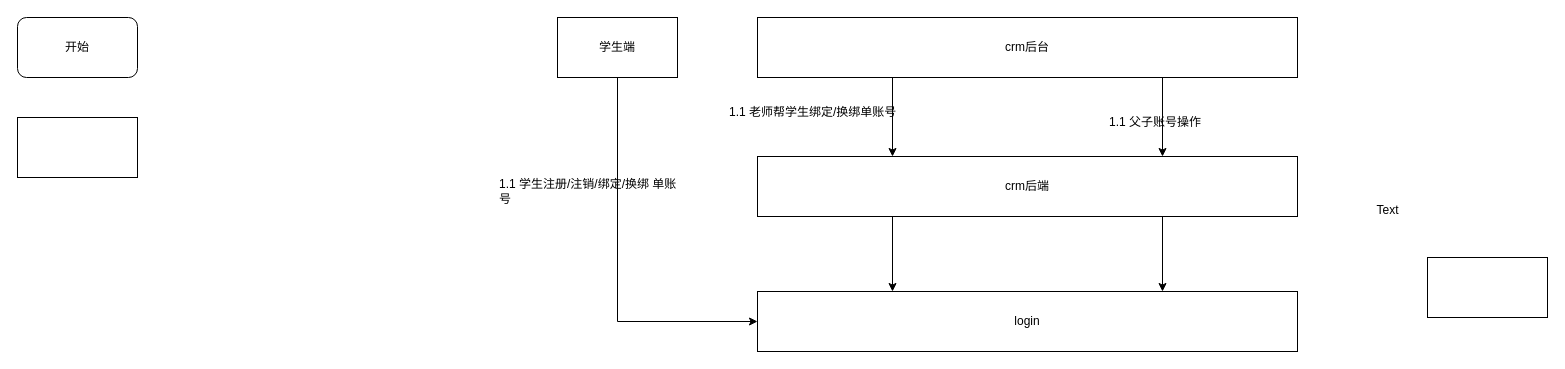
This is 父子账号.drawio from xiell2016/hetaoDesign, a draw.io file, before an edit. Source tidied: cells renumbered, new cells numbered last; positions are measured from the earlier drawing's top-left corner, leaving out a move shared by most shapes. Both pictures are drawn from the tidied source at 100%, with x=0, y=0 at pixel (17, 17).
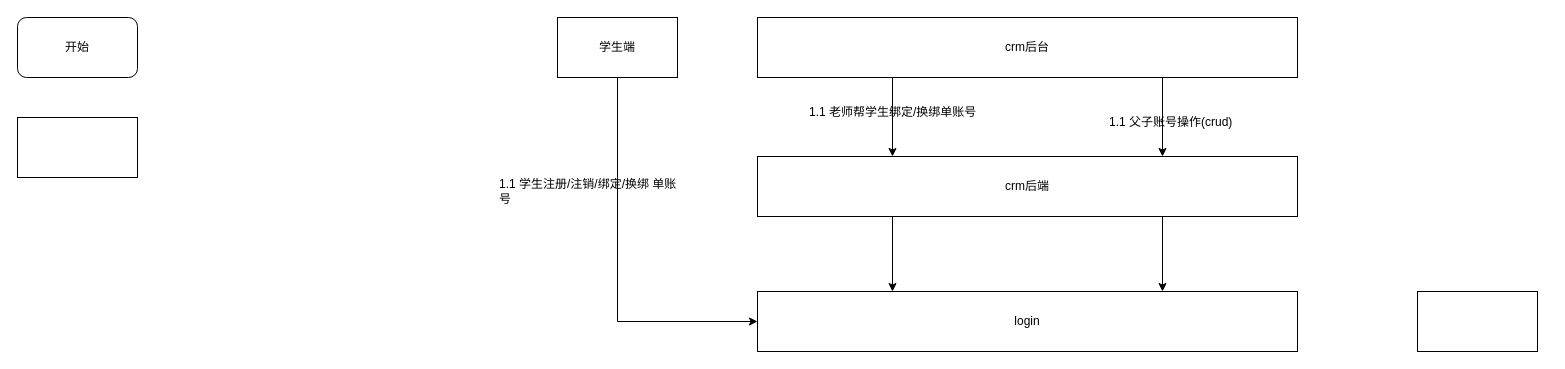
Above is the later version.

Commit message (it also covers changes not shown here):
更新父子账号.drawio

Diff of the diagram source:
```diff
@@
 <mxGraphModel>
   <root>
     <mxCell id="0" />
     <mxCell id="1" parent="0" />
     <mxCell id="2" value="开始" style="rounded=1;whiteSpace=wrap;html=1;" parent="1" vertex="1">
       <mxGeometry width="120" height="60" as="geometry" />
     </mxCell>
     <mxCell id="3" style="rounded=0;whiteSpace=wrap;html=1;" parent="1" vertex="1">
       <mxGeometry y="100" width="120" height="60" as="geometry" />
     </mxCell>
     <mxCell id="4" style="edgeStyle=orthogonalEdgeStyle;rounded=0;jettySize=auto;html=1;exitX=0.25;exitY=1;exitDx=0;exitDy=0;entryX=0.25;entryY=0;entryDx=0;entryDy=0;" parent="1" edge="1" source="6" target="9">
       <mxGeometry relative="1" as="geometry" />
     </mxCell>
     <mxCell id="5" style="edgeStyle=orthogonalEdgeStyle;rounded=0;jettySize=auto;html=1;exitX=0.75;exitY=1;exitDx=0;exitDy=0;entryX=0.75;entryY=0;entryDx=0;entryDy=0;" parent="1" edge="1" source="6" target="9">
       <mxGeometry relative="1" as="geometry" />
     </mxCell>
     <mxCell id="6" value="crm后台" style="rounded=0;whiteSpace=wrap;html=1;" parent="1" vertex="1">
       <mxGeometry x="740" width="540" height="60" as="geometry" />
     </mxCell>
     <mxCell id="7" style="edgeStyle=orthogonalEdgeStyle;rounded=0;jettySize=auto;html=1;exitX=0.25;exitY=1;exitDx=0;exitDy=0;entryX=0.25;entryY=0;entryDx=0;entryDy=0;" parent="1" edge="1" source="9" target="10">
       <mxGeometry relative="1" as="geometry" />
     </mxCell>
     <mxCell id="8" style="edgeStyle=orthogonalEdgeStyle;rounded=0;jettySize=auto;html=1;exitX=0.75;exitY=1;exitDx=0;exitDy=0;entryX=0.75;entryY=0;entryDx=0;entryDy=0;" parent="1" edge="1" source="9" target="10">
       <mxGeometry relative="1" as="geometry" />
     </mxCell>
     <mxCell id="9" value="crm后端" style="rounded=0;whiteSpace=wrap;html=1;" parent="1" vertex="1">
       <mxGeometry x="740" y="139" width="540" height="60" as="geometry" />
     </mxCell>
     <mxCell id="10" value="login" style="rounded=0;whiteSpace=wrap;html=1;" parent="1" vertex="1">
       <mxGeometry x="740" y="274" width="540" height="60" as="geometry" />
     </mxCell>
     <mxCell id="11" style="rounded=0;whiteSpace=wrap;html=1;" parent="1" vertex="1">
-      <mxGeometry x="1410" y="240" width="120" height="60" as="geometry" />
+      <mxGeometry x="1400" y="274" width="120" height="60" as="geometry" />
     </mxCell>
     <mxCell id="12" style="edgeStyle=orthogonalEdgeStyle;rounded=0;jettySize=auto;html=1;exitX=0.5;exitY=1;exitDx=0;exitDy=0;entryX=0;entryY=0.5;entryDx=0;entryDy=0;" parent="1" edge="1" source="13" target="10">
       <mxGeometry relative="1" as="geometry" />
     </mxCell>
     <mxCell id="13" value="学生端" style="rounded=0;whiteSpace=wrap;html=1;" parent="1" vertex="1">
       <mxGeometry x="540" width="120" height="60" as="geometry" />
     </mxCell>
-    <mxCell id="14" value="Text" style="text;html=1;align=center;verticalAlign=middle;strokeColor=none;fillColor=none;" parent="1" vertex="1">
-      <mxGeometry x="1345" y="178" width="50" height="30" as="geometry" />
-    </mxCell>
     <mxCell id="15" value="1.1 老师帮学生绑定/换绑单账号" style="text;html=1;strokeColor=none;fillColor=none;align=left;verticalAlign=middle;whiteSpace=wrap;rounded=0;" parent="1" vertex="1">
-      <mxGeometry x="710" y="80" width="180" height="30" as="geometry" />
+      <mxGeometry x="790" y="80" width="180" height="30" as="geometry" />
     </mxCell>
     <mxCell id="16" value="1.1 学生注册/注销/绑定/换绑 单账号" style="text;html=1;strokeColor=none;fillColor=none;align=left;verticalAlign=middle;whiteSpace=wrap;rounded=0;" parent="1" vertex="1">
       <mxGeometry x="480" y="148" width="180" height="51" as="geometry" />
     </mxCell>
-    <mxCell id="17" value="1.1 父子账号操作" style="text;html=1;strokeColor=none;fillColor=none;align=left;verticalAlign=middle;whiteSpace=wrap;rounded=0;" parent="1" vertex="1">
-      <mxGeometry x="1090" y="90" width="110" height="30" as="geometry" />
+    <mxCell id="17" value="1.1 父子账号操作(crud)" style="text;html=1;strokeColor=none;fillColor=none;align=left;verticalAlign=middle;whiteSpace=wrap;rounded=0;" parent="1" vertex="1">
+      <mxGeometry x="1090" y="90" width="140" height="30" as="geometry" />
     </mxCell>
   </root>
 </mxGraphModel>
```
